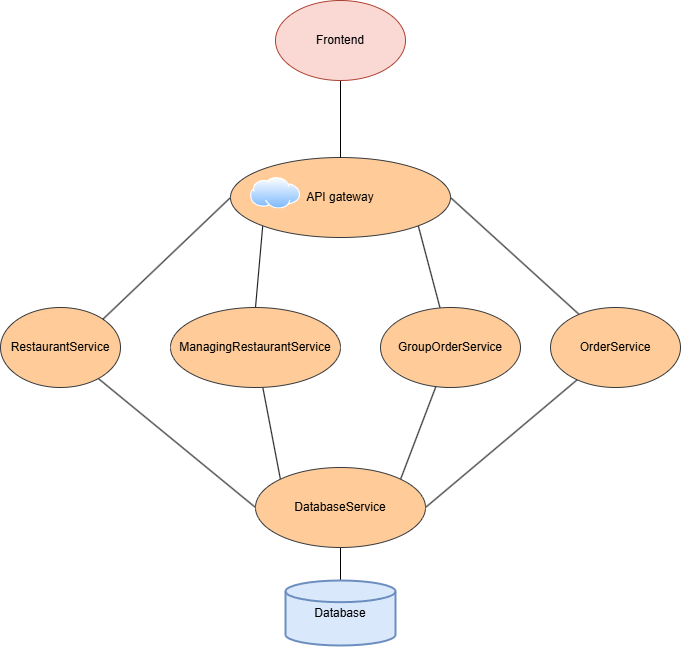
Before: doc/infrastructure.png, a diagram exported from draw.io (Antoine-FdRg/512Eats-Backend). Source tidied: cells renumbered, new cells last; positions are measured from the earlier drawing's top-left corner, leaving out a move shared by most shapes.
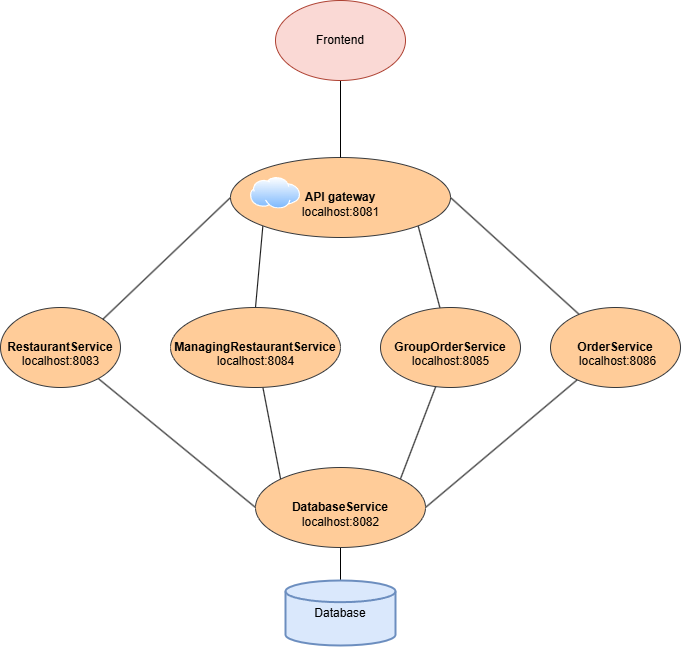
The same diagram one commit later.

Commit message:
:memo: add server port #123

Diff of the diagram source:
```diff
@@ -14,25 +14,25 @@
     <mxCell id="5" style="edgeStyle=none;rounded=0;jettySize=auto;html=1;entryX=0;entryY=0.5;entryDx=0;entryDy=0;endArrow=none;endFill=0;" parent="1" edge="1" source="6" target="15">
       <mxGeometry relative="1" as="geometry" />
     </mxCell>
-    <mxCell id="6" value="RestaurantService" style="ellipse;whiteSpace=wrap;html=1;fillColor=#ffcc99;strokeColor=#36393d;" parent="1" vertex="1">
+    <mxCell id="6" value="&lt;b&gt;RestaurantService&lt;/b&gt;" style="ellipse;whiteSpace=wrap;html=1;fillColor=#ffcc99;strokeColor=#36393d;" parent="1" vertex="1">
       <mxGeometry y="307" width="120" height="80" as="geometry" />
     </mxCell>
     <mxCell id="7" style="edgeStyle=none;rounded=0;jettySize=auto;html=1;entryX=0;entryY=0;entryDx=0;entryDy=0;endArrow=none;endFill=0;" parent="1" edge="1" source="8" target="15">
       <mxGeometry relative="1" as="geometry" />
     </mxCell>
-    <mxCell id="8" value="ManagingRestaurantService" style="ellipse;whiteSpace=wrap;html=1;fillColor=#ffcc99;strokeColor=#36393d;" parent="1" vertex="1">
+    <mxCell id="8" value="&lt;b&gt;ManagingRestaurantService&lt;/b&gt;" style="ellipse;whiteSpace=wrap;html=1;fillColor=#ffcc99;strokeColor=#36393d;" parent="1" vertex="1">
       <mxGeometry x="170" y="307" width="170" height="80" as="geometry" />
     </mxCell>
     <mxCell id="9" style="rounded=0;jettySize=auto;html=1;entryX=1;entryY=0;entryDx=0;entryDy=0;endArrow=none;endFill=0;" parent="1" edge="1" source="10" target="15">
       <mxGeometry relative="1" as="geometry" />
     </mxCell>
-    <mxCell id="10" value="GroupOrderService" style="ellipse;whiteSpace=wrap;html=1;fillColor=#ffcc99;strokeColor=#36393d;" parent="1" vertex="1">
+    <mxCell id="10" value="&lt;b&gt;GroupOrderService&lt;/b&gt;" style="ellipse;whiteSpace=wrap;html=1;fillColor=#ffcc99;strokeColor=#36393d;" parent="1" vertex="1">
       <mxGeometry x="380" y="307" width="140" height="80" as="geometry" />
     </mxCell>
     <mxCell id="11" style="edgeStyle=none;rounded=0;jettySize=auto;html=1;entryX=1;entryY=0.5;entryDx=0;entryDy=0;endArrow=none;endFill=0;" parent="1" edge="1" source="12" target="15">
       <mxGeometry relative="1" as="geometry" />
     </mxCell>
-    <mxCell id="12" value="&lt;div&gt;&lt;span style=&quot;background-color: initial;&quot;&gt;OrderService&lt;/span&gt;&lt;/div&gt;" style="ellipse;whiteSpace=wrap;html=1;fillColor=#ffcc99;strokeColor=#36393d;" parent="1" vertex="1">
+    <mxCell id="12" value="&lt;div&gt;&lt;span style=&quot;background-color: initial;&quot;&gt;&lt;b&gt;OrderService&lt;/b&gt;&lt;/span&gt;&lt;/div&gt;" style="ellipse;whiteSpace=wrap;html=1;fillColor=#ffcc99;strokeColor=#36393d;" parent="1" vertex="1">
       <mxGeometry x="550" y="307" width="130" height="80" as="geometry" />
     </mxCell>
     <mxCell id="13" style="rounded=0;jettySize=auto;html=1;entryX=1;entryY=0;entryDx=0;entryDy=0;endArrow=none;endFill=0;exitX=0;exitY=0.5;exitDx=0;exitDy=0;" parent="1" edge="1" source="17" target="6">
@@ -41,18 +41,21 @@
     <mxCell id="14" style="edgeStyle=none;rounded=0;jettySize=auto;html=1;endArrow=none;endFill=0;entryX=0.5;entryY=0;entryDx=0;entryDy=0;entryPerimeter=0;" parent="1" edge="1" source="15" target="21">
       <mxGeometry relative="1" as="geometry" />
     </mxCell>
-    <mxCell id="15" value="DatabaseService" style="ellipse;whiteSpace=wrap;html=1;fillColor=#ffcc99;strokeColor=#36393d;" parent="1" vertex="1">
+    <mxCell id="15" value="&lt;b&gt;DatabaseService&lt;/b&gt;" style="ellipse;whiteSpace=wrap;html=1;fillColor=#ffcc99;strokeColor=#36393d;" parent="1" vertex="1">
       <mxGeometry x="255" y="467" width="170" height="80" as="geometry" />
     </mxCell>
     <mxCell id="16" style="group;" parent="1" vertex="1">
       <mxGeometry x="250" y="157" width="200" height="80" as="geometry" />
     </mxCell>
-    <mxCell id="17" value="API gateway" style="ellipse;whiteSpace=wrap;html=1;fillColor=#ffcc99;strokeColor=#36393d;" parent="16" vertex="1">
+    <mxCell id="17" value="&lt;b&gt;API gateway&lt;/b&gt;" style="ellipse;whiteSpace=wrap;html=1;fillColor=#ffcc99;strokeColor=#36393d;" parent="16" vertex="1">
       <mxGeometry x="-20" width="220" height="80" as="geometry" />
     </mxCell>
     <mxCell id="18" style="image;perimeter=ellipsePerimeter;html=1;align=center;shadow=0;dashed=0;spacingTop=3;image=img/lib/active_directory/internet_cloud.svg;" parent="16" vertex="1">
       <mxGeometry y="20" width="50" height="31.5" as="geometry" />
     </mxCell>
+    <mxCell id="22" value="localhost:8081" style="text;html=1;align=center;verticalAlign=middle;strokeColor=none;fillColor=none;" parent="16" vertex="1">
+      <mxGeometry x="40" y="40" width="100" height="30" as="geometry" />
+    </mxCell>
     <mxCell id="19" style="edgeStyle=none;rounded=0;jettySize=auto;html=1;endArrow=none;endFill=0;" parent="1" edge="1" source="20" target="17">
       <mxGeometry relative="1" as="geometry" />
     </mxCell>
@@ -62,5 +65,20 @@
     <mxCell id="21" value="Database" style="strokeWidth=2;html=1;shape=mxgraph.flowchart.database;whiteSpace=wrap;fillColor=#dae8fc;strokeColor=#6c8ebf;" parent="1" vertex="1">
       <mxGeometry x="285" y="580" width="110" height="65" as="geometry" />
     </mxCell>
+    <mxCell id="23" value="localhost:8086" style="text;html=1;align=center;verticalAlign=middle;strokeColor=none;fillColor=none;" parent="1" vertex="1">
+      <mxGeometry x="567" y="346" width="100" height="30" as="geometry" />
+    </mxCell>
+    <mxCell id="24" value="localhost:8085" style="text;html=1;align=center;verticalAlign=middle;strokeColor=none;fillColor=none;" parent="1" vertex="1">
+      <mxGeometry x="400" y="346" width="100" height="30" as="geometry" />
+    </mxCell>
+    <mxCell id="25" value="localhost:8084" style="text;html=1;align=center;verticalAlign=middle;strokeColor=none;fillColor=none;" parent="1" vertex="1">
+      <mxGeometry x="205" y="346" width="100" height="30" as="geometry" />
+    </mxCell>
+    <mxCell id="26" value="localhost:8083&lt;span style=&quot;color: rgba(0, 0, 0, 0); font-family: monospace; font-size: 0px; text-align: start;&quot;&gt;%3CmxGraphModel%3E%3Croot%3E%3CmxCell%20id%3D%220%22%2F%3E%3CmxCell%20id%3D%221%22%20parent%3D%220%22%2F%3E%3CmxCell%20id%3D%222%22%20value%3D%22localhost%3A8081%22%20style%3D%22text%3Bhtml%3D1%3Balign%3Dcenter%3BverticalAlign%3Dmiddle%3Bresizable%3D0%3Bpoints%3D%5B%5D%3Bautosize%3D1%3BstrokeColor%3Dnone%3BfillColor%3Dnone%3B%22%20vertex%3D%221%22%20parent%3D%221%22%3E%3CmxGeometry%20x%3D%22390%22%20y%3D%22157%22%20width%3D%22100%22%20height%3D%2230%22%20as%3D%22geometry%22%2F%3E%3C%2FmxCell%3E%3C%2Froot%3E%3C%2FmxGraphModel%3E&lt;/span&gt;" style="text;html=1;align=center;verticalAlign=middle;strokeColor=none;fillColor=none;" parent="1" vertex="1">
+      <mxGeometry x="10" y="346" width="100" height="30" as="geometry" />
+    </mxCell>
+    <mxCell id="27" value="localhost:8082" style="text;html=1;align=center;verticalAlign=middle;strokeColor=none;fillColor=none;" parent="1" vertex="1">
+      <mxGeometry x="290" y="507" width="100" height="30" as="geometry" />
+    </mxCell>
   </root>
 </mxGraphModel>
```
